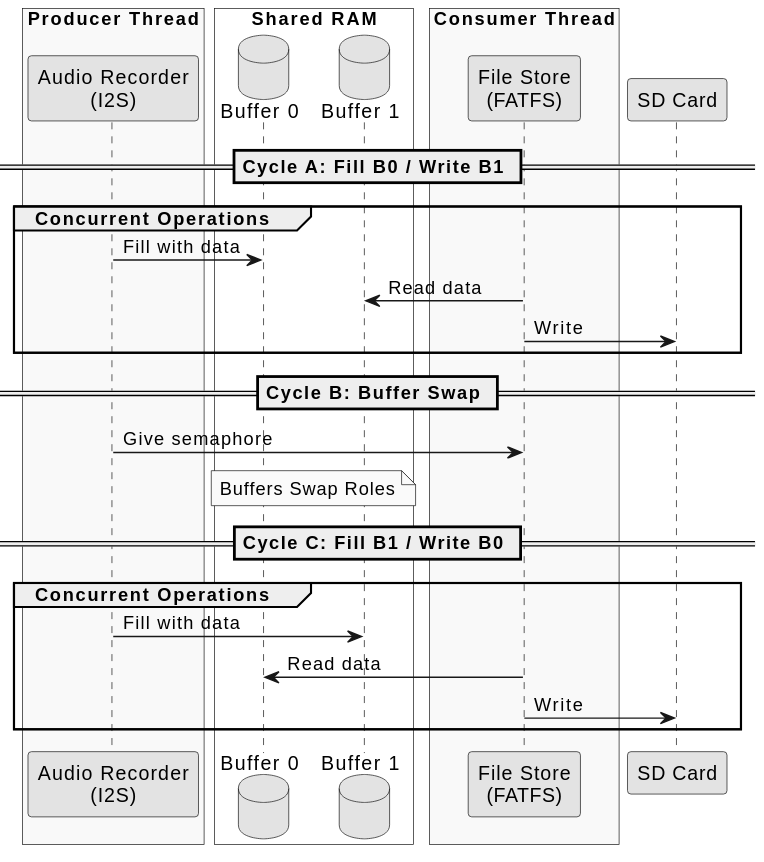
The PlantUML diagram 03-Software/nrf-monkey-main/uml/out/uml/sequences/producer-consumer.svg in DrinkDark/Master_TM_DataCollar, before a commit. Its diagram source:
```plantuml
@startuml
skinparam monochrome true
skinparam shadowing false
skinparam packageStyle rectangle

box "Producer Thread" #f9f9f9
    participant "Audio Recorder\n(I2S)" as Rec
end box

box "Shared RAM" #white
    database "Buffer 0" as B0
    database "Buffer 1" as B1
end box

box "Consumer Thread" #f9f9f9
    participant "File Store\n(FATFS)" as Store
end box

participant "SD Card" as SD

== Cycle A: Fill B0 / Write B1 ==
group Concurrent Operations
    Rec -> B0 : Fill with data
    Store -> B1 : Read data
    Store -> SD : Write
end

== Cycle B: Buffer Swap ==
Rec -> Store : Give semaphore
note over B0, B1 : Buffers Swap Roles

== Cycle C: Fill B1 / Write B0 ==
group Concurrent Operations
    Rec -> B1 : Fill with data
    Store -> B0 : Read data
    Store -> SD : Write
end
@enduml
```
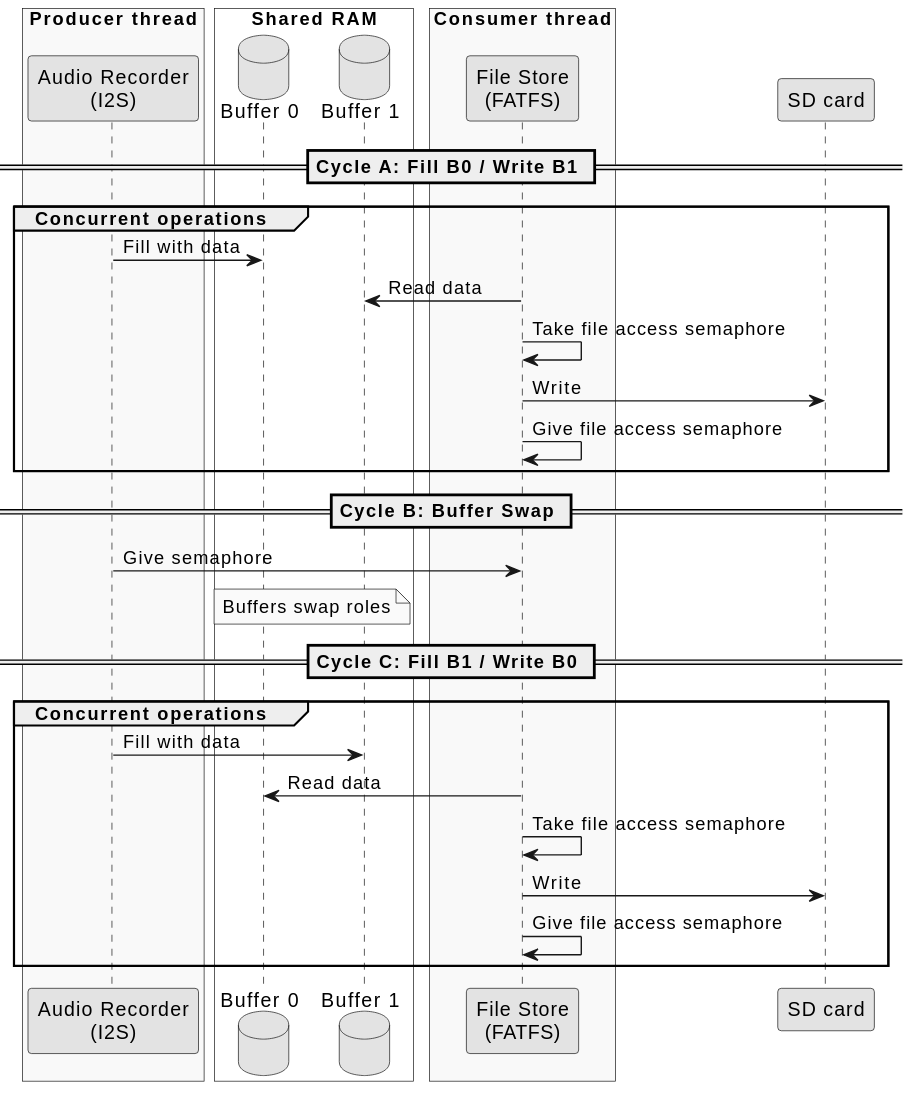
The same file after the commit.

Change to the diagram source:
```diff
@@ -3,7 +3,7 @@
 skinparam shadowing false
 skinparam packageStyle rectangle
 
-box "Producer Thread" #f9f9f9
+box "Producer thread" #f9f9f9
     participant "Audio Recorder\n(I2S)" as Rec
 end box
 
@@ -12,27 +12,31 @@
     database "Buffer 1" as B1
 end box
 
-box "Consumer Thread" #f9f9f9
+box "Consumer thread" #f9f9f9
     participant "File Store\n(FATFS)" as Store
 end box
 
-participant "SD Card" as SD
+participant "SD card" as SD
 
 == Cycle A: Fill B0 / Write B1 ==
-group Concurrent Operations
+group Concurrent operations
     Rec -> B0 : Fill with data
     Store -> B1 : Read data
+    Store -> Store : Take file access semaphore
     Store -> SD : Write
+    Store -> Store : Give file access semaphore
 end
 
 == Cycle B: Buffer Swap ==
 Rec -> Store : Give semaphore
-note over B0, B1 : Buffers Swap Roles
+note over B0, B1 : Buffers swap roles
 
 == Cycle C: Fill B1 / Write B0 ==
-group Concurrent Operations
+group Concurrent operations
     Rec -> B1 : Fill with data
     Store -> B0 : Read data
+        Store -> Store : Take file access semaphore
     Store -> SD : Write
+    Store -> Store : Give file access semaphore
 end
 @enduml
```
